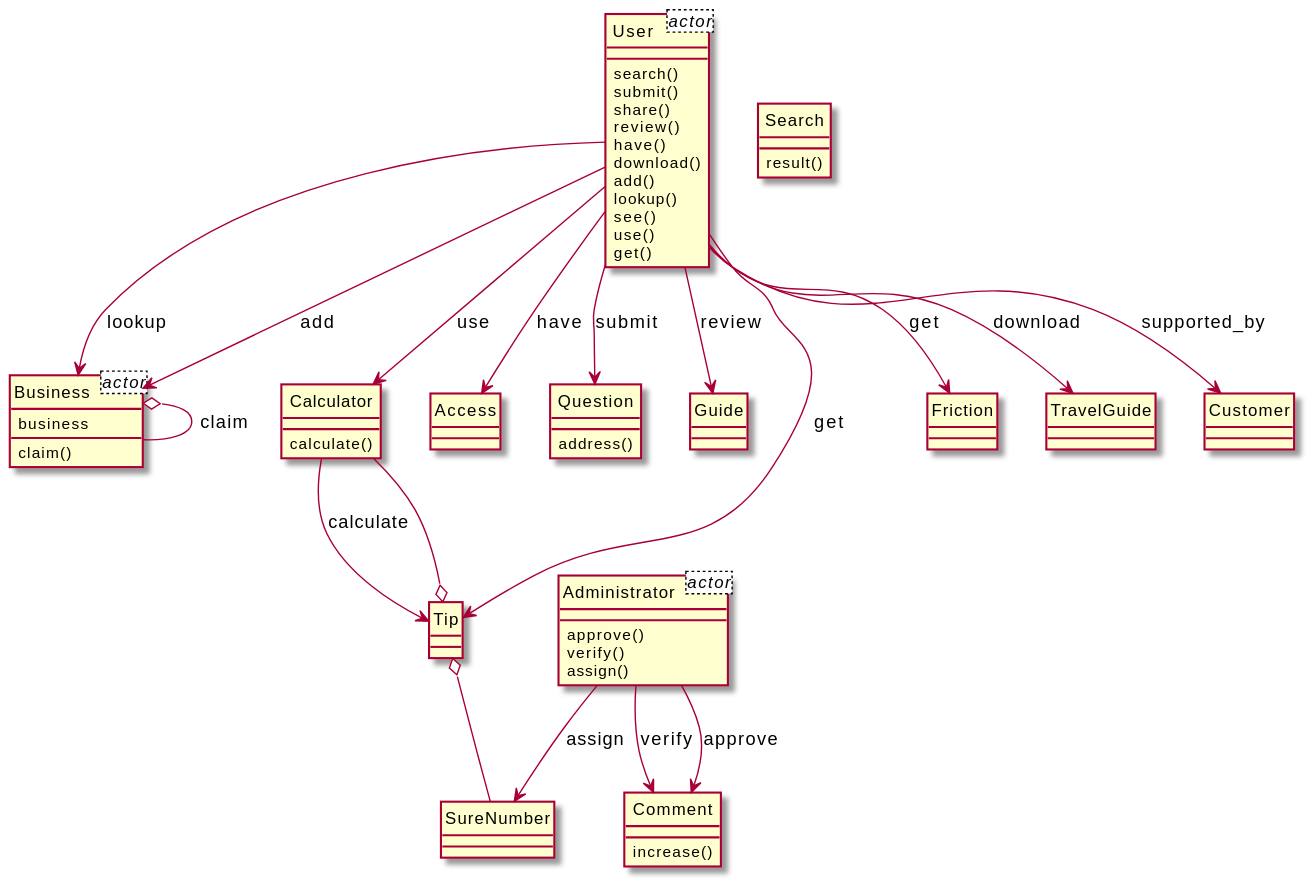
Before: output/diagram_5/2014-USC-Project09.svg, a diagram exported from PlantUML (xixixhalu/DomainModelExtractor).
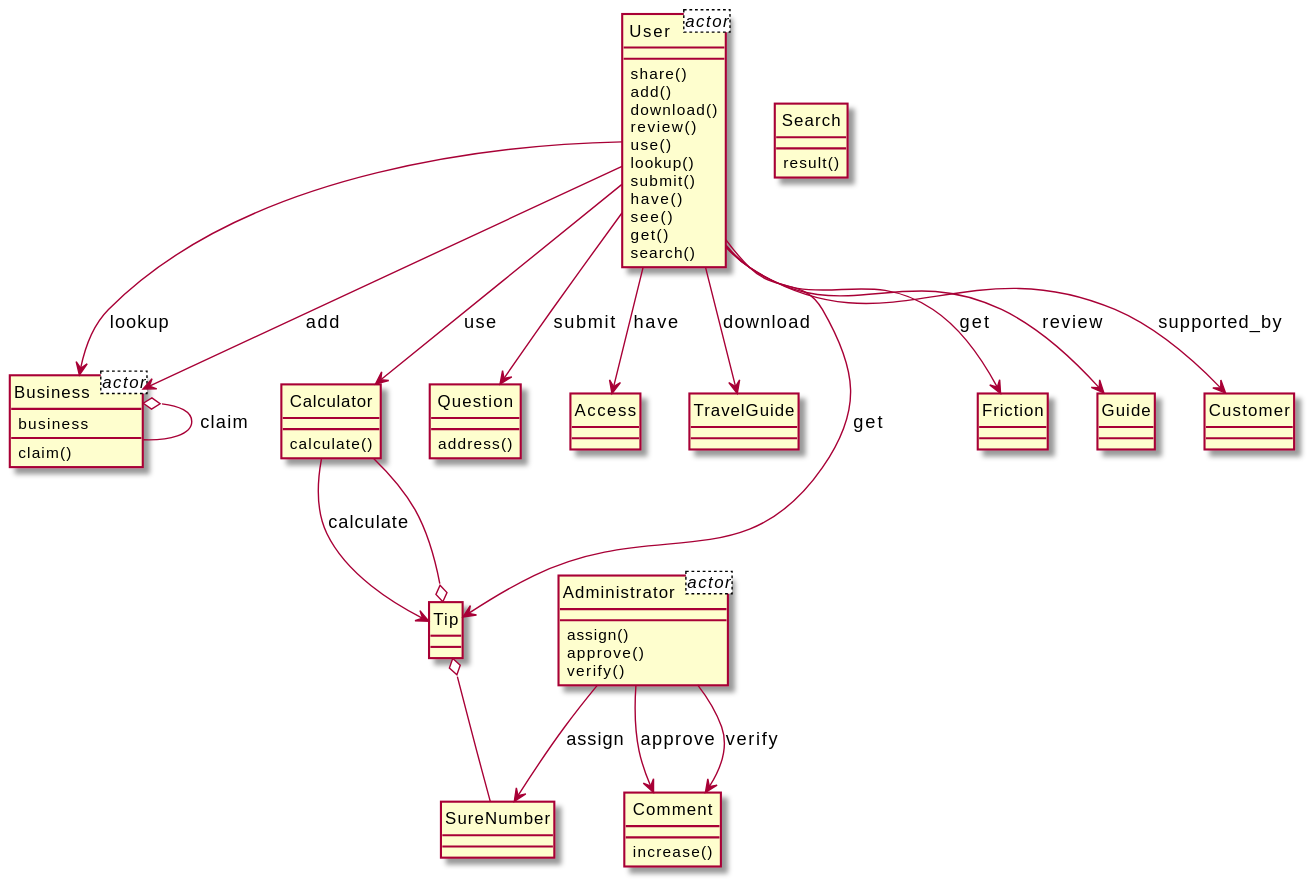
After the change.

Diff of the diagram source:
```diff
@@ -13,62 +13,62 @@
 	calculate()
 }
 class User {
+	share()
+	add()
+	download()
+	review()
+	use()
+	lookup()
+	submit()
+	have()
+	see()
+	get()
 	search()
-	submit()
-	share()
-	review()
-	have()
-	download()
-	add()
-	lookup()
-	see()
-	use()
-	get()
 }
-class Access {
+class Question {
+	address()
 }
 class Search {
 	result()
 }
-class Question {
-	address()
-}
 class Administrator {
+	assign()
 	approve()
 	verify()
-	assign()
+}
+class Comment {
+	increase()
 }
 class Business {
 	claim()
 }
-class Comment {
-	increase()
+class Access {
 }
-class Guide {
+class TravelGuide {
 }
 class Tip {
 }
 class Friction {
 }
-class TravelGuide {
+class Guide {
 }
 class Customer {
 }
+Administrator --> SureNumber : assign
+Administrator --> Comment : approve
+User --> Customer : supported_by
+Business o-- Business : claim
 User --> Friction : get
+User --> Guide : review
+Tip o-- SureNumber
 User --> Access : have
-User --> Customer : supported_by
-Administrator --> SureNumber : assign
+Calculator --> Tip : calculate
 User --> Business : lookup
+User --> Tip : get
+Administrator --> Comment : verify
+User --> Calculator : use
 User --> TravelGuide : download
-Administrator --> Comment : verify
-User --> Tip : get
-Business o-- Business : claim
+User --> Question : submit
 User --> Business : add
-User --> Question : submit
-Calculator --> Tip : calculate
 Tip o-- Calculator
-User --> Calculator : use
-User --> Guide : review
-Administrator --> Comment : approve
-Tip o-- SureNumber
 @enduml
```
